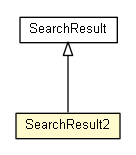
The Graphviz diagram doxdb-ejb/apidocs/net/trajano/doxdb/ejb/jest/SearchResult2.png in trajano/doxdb, before a commit. Its source is kept beside it as doxdb-ejb/apidocs/net/trajano/doxdb/ejb/jest/SearchResult2.dot. Source of this version:
```dot

digraph G {
	edge [fontname="arial",fontsize=10,labelfontname="arial",labelfontsize=10];
	node [fontname="arial",fontsize=10,shape=plaintext];
	nodesep=0.25;
	ranksep=0.5;
	c15 [label=<<table title="net.trajano.doxdb.ejb.jest.SearchResult2" border="0" cellborder="1" cellspacing="0" cellpadding="2" port="p" bgcolor="lemonChiffon" href="./SearchResult2.html">
		<tr><td><table border="0" cellspacing="0" cellpadding="1">
<tr><td align="center" balign="center"> SearchResult2 </td></tr>
		</table></td></tr>
		</table>>, URL="./SearchResult2.html", fontname="arial", fontcolor="black", fontsize=10.0];
	c19:p -> c15:p [dir=back,arrowtail=empty];
	c19 [label=<<table title="io.searchbox.core.SearchResult" border="0" cellborder="1" cellspacing="0" cellpadding="2" port="p" href="http://java.sun.com/j2se/1.4.2/docs/api/io/searchbox/core/SearchResult.html">
		<tr><td><table border="0" cellspacing="0" cellpadding="1">
<tr><td align="center" balign="center"> SearchResult </td></tr>
		</table></td></tr>
		</table>>, URL="http://java.sun.com/j2se/1.4.2/docs/api/io/searchbox/core/SearchResult.html", fontname="arial", fontcolor="black", fontsize=10.0];
}
```
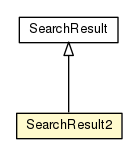
Above is the later version.

What changed in the source:
```diff
@@ -1,18 +1,18 @@
 
 digraph G {
-	edge [fontname="arial",fontsize=10,labelfontname="arial",labelfontsize=10];
-	node [fontname="arial",fontsize=10,shape=plaintext];
+	edge [fontname="Helvetica",fontsize=10,labelfontname="Helvetica",labelfontsize=10];
+	node [fontname="Helvetica",fontsize=10,shape=plaintext];
 	nodesep=0.25;
 	ranksep=0.5;
-	c15 [label=<<table title="net.trajano.doxdb.ejb.jest.SearchResult2" border="0" cellborder="1" cellspacing="0" cellpadding="2" port="p" bgcolor="lemonChiffon" href="./SearchResult2.html">
+	c17 [label=<<table title="net.trajano.doxdb.ejb.jest.SearchResult2" border="0" cellborder="1" cellspacing="0" cellpadding="2" port="p" bgcolor="lemonChiffon" href="./SearchResult2.html">
 		<tr><td><table border="0" cellspacing="0" cellpadding="1">
 <tr><td align="center" balign="center"> SearchResult2 </td></tr>
 		</table></td></tr>
-		</table>>, URL="./SearchResult2.html", fontname="arial", fontcolor="black", fontsize=10.0];
-	c19:p -> c15:p [dir=back,arrowtail=empty];
+		</table>>, URL="./SearchResult2.html", fontname="Helvetica", fontcolor="black", fontsize=10.0];
+	c19:p -> c17:p [dir=back,arrowtail=empty];
 	c19 [label=<<table title="io.searchbox.core.SearchResult" border="0" cellborder="1" cellspacing="0" cellpadding="2" port="p" href="http://java.sun.com/j2se/1.4.2/docs/api/io/searchbox/core/SearchResult.html">
 		<tr><td><table border="0" cellspacing="0" cellpadding="1">
 <tr><td align="center" balign="center"> SearchResult </td></tr>
 		</table></td></tr>
-		</table>>, URL="http://java.sun.com/j2se/1.4.2/docs/api/io/searchbox/core/SearchResult.html", fontname="arial", fontcolor="black", fontsize=10.0];
+		</table>>, URL="http://java.sun.com/j2se/1.4.2/docs/api/io/searchbox/core/SearchResult.html", fontname="Helvetica", fontcolor="black", fontsize=10.0];
 }
```
